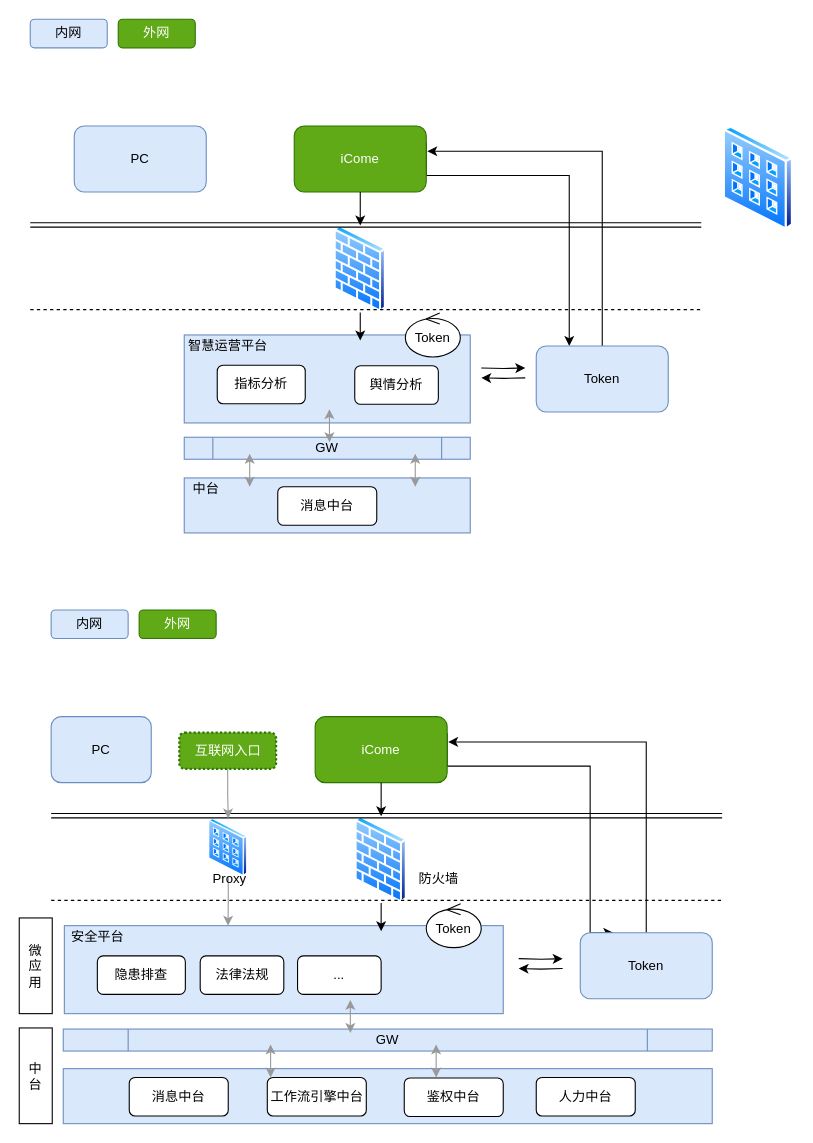
The draw.io diagram page "第 25 页" (25 of 27) of MQ服务.drawio in chinadragonsjz/project, before the edit. Source tidied: cells renumbered, new cells numbered last; positions are measured from the earlier drawing's top-left corner, leaving out a move shared by most shapes. Both pictures are drawn from the tidied source at 110%, with x=0, y=0 at pixel (19, 19).
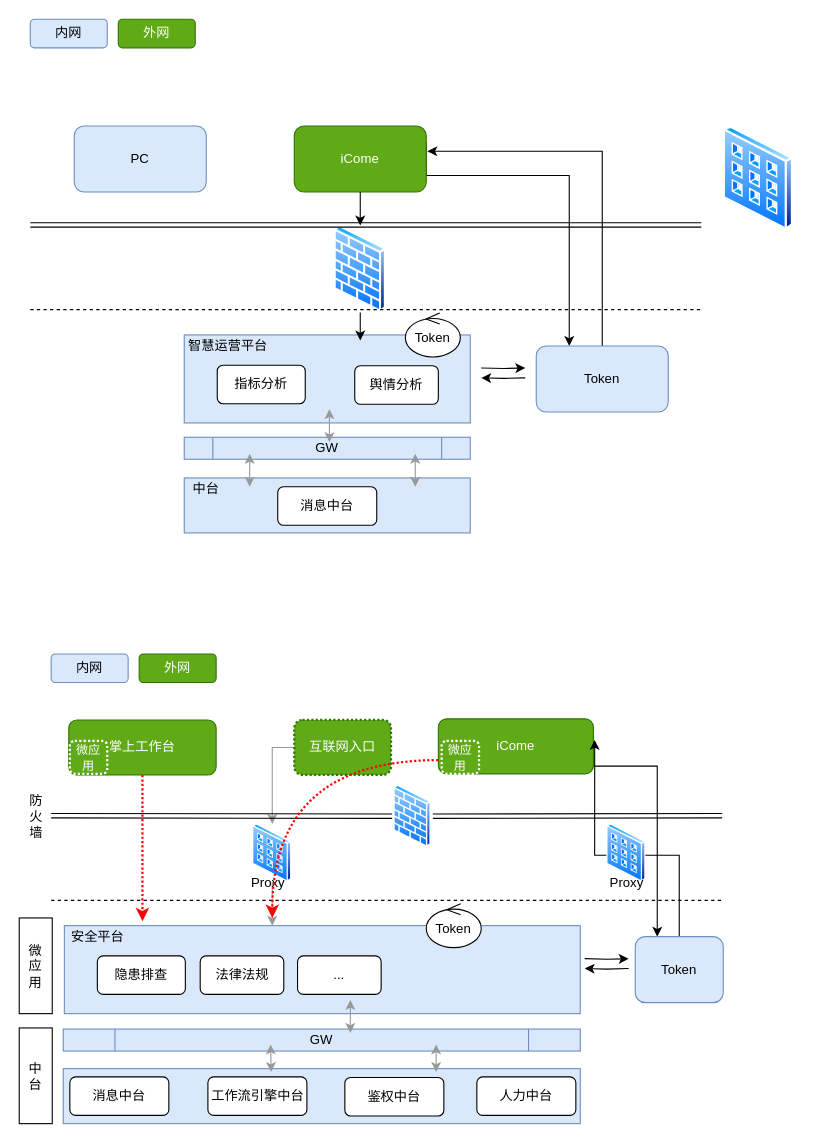
The same diagram, later.

The edit, as a diff of the source:
```diff
@@
     <mxCell id="29" style="rounded=0;whiteSpace=wrap;html=1;fillColor=#dae8fc;strokeColor=#6c8ebf;" parent="1" vertex="1">
-      <mxGeometry x="40" y="954" width="590" height="50" as="geometry" />
+      <mxGeometry x="40" y="954" width="470" height="50" as="geometry" />
     </mxCell>
     <mxCell id="30" style="rounded=0;whiteSpace=wrap;html=1;fillColor=#dae8fc;strokeColor=#6c8ebf;" parent="1" vertex="1">
-      <mxGeometry x="41" y="824" width="399" height="80" as="geometry" />
+      <mxGeometry x="41" y="824" width="469" height="80" as="geometry" />
     </mxCell>
-    <mxCell id="31" style="edgeStyle=orthogonalEdgeStyle;rounded=0;jettySize=auto;html=1;endArrow=classic;endFill=1;" parent="1" edge="1" source="47">
-      <mxGeometry relative="1" as="geometry">
-        <mxPoint x="329" y="829" as="targetPoint" />
-      </mxGeometry>
-    </mxCell>
     <mxCell id="32" style="edgeStyle=orthogonalEdgeStyle;rounded=0;orthogonalLoop=1;jettySize=auto;html=1;endArrow=classic;endFill=1;" parent="1" edge="1">
       <mxGeometry relative="1" as="geometry">
-        <mxPoint x="454" y="854" as="sourcePoint" />
-        <mxPoint x="494" y="854" as="targetPoint" />
+        <mxPoint x="514" y="854" as="sourcePoint" />
+        <mxPoint x="554" y="854" as="targetPoint" />
       </mxGeometry>
     </mxCell>
     <mxCell id="33" style="edgeStyle=orthogonalEdgeStyle;rounded=0;orthogonalLoop=1;jettySize=auto;html=1;endArrow=classic;endFill=1;" parent="1" edge="1">
       <mxGeometry relative="1" as="geometry">
-        <mxPoint x="494" y="863" as="sourcePoint" />
-        <mxPoint x="454" y="863" as="targetPoint" />
+        <mxPoint x="554" y="863" as="sourcePoint" />
+        <mxPoint x="514" y="863" as="targetPoint" />
       </mxGeometry>
     </mxCell>
     <mxCell id="34" style="edgeStyle=orthogonalEdgeStyle;rounded=0;jettySize=auto;html=1;exitX=1;exitY=0.25;exitDx=0;exitDy=0;entryX=0.25;entryY=0;entryDx=0;entryDy=0;endArrow=classic;endFill=1;" parent="1" edge="1" source="35" target="37">
       <mxGeometry relative="1" as="geometry">
         <Array as="points">
           <mxPoint x="389" y="679" />
-          <mxPoint x="519" y="679" />
+          <mxPoint x="540" y="679" />
         </Array>
       </mxGeometry>
     </mxCell>
     <mxCell id="35" value="iCome" style="rounded=1;whiteSpace=wrap;html=1;fillColor=#60a917;strokeColor=#2D7600;fontColor=#ffffff;" parent="1" vertex="1">
-      <mxGeometry x="269" y="634" width="120" height="60" as="geometry" />
+      <mxGeometry x="381" y="636" width="141" height="50" as="geometry" />
     </mxCell>
@@
     <mxCell id="37" value="Token" style="rounded=1;whiteSpace=wrap;html=1;fillColor=#dae8fc;strokeColor=#6c8ebf;" parent="1" vertex="1">
-      <mxGeometry x="510" y="830.5" width="120" height="60" as="geometry" />
+      <mxGeometry x="560" y="834" width="80" height="60" as="geometry" />
     </mxCell>
@@
     <mxCell id="39" value="消息中台" style="rounded=1;whiteSpace=wrap;html=1;" parent="1" vertex="1">
-      <mxGeometry x="100" y="962" width="90" height="35" as="geometry" />
+      <mxGeometry x="46" y="961.5" width="90" height="35" as="geometry" />
     </mxCell>
     <mxCell id="40" value="工作流引擎中台" style="rounded=1;whiteSpace=wrap;html=1;" parent="1" vertex="1">
-      <mxGeometry x="225.5" y="962" width="90" height="35" as="geometry" />
+      <mxGeometry x="171.5" y="961.5" width="90" height="35" as="geometry" />
     </mxCell>
     <mxCell id="41" value="鉴权中台" style="rounded=1;whiteSpace=wrap;html=1;" parent="1" vertex="1">
-      <mxGeometry x="350" y="962.5" width="90" height="35" as="geometry" />
+      <mxGeometry x="296" y="962" width="90" height="35" as="geometry" />
     </mxCell>
     <mxCell id="42" value="人力中台" style="rounded=1;whiteSpace=wrap;html=1;" parent="1" vertex="1">
-      <mxGeometry x="470" y="962" width="90" height="35" as="geometry" />
+      <mxGeometry x="416" y="961.5" width="90" height="35" as="geometry" />
     </mxCell>
@@
-    <mxCell id="45" style="edgeStyle=orthogonalEdgeStyle;rounded=0;jettySize=auto;html=1;strokeColor=#999999;entryX=0.373;entryY=0;entryDx=0;entryDy=0;entryPerimeter=0;" parent="1" edge="1" source="46" target="30">
+    <mxCell id="45" style="edgeStyle=orthogonalEdgeStyle;rounded=0;jettySize=auto;html=1;strokeColor=#999999;entryX=0.403;entryY=0;entryDx=0;entryDy=0;entryPerimeter=0;" parent="1" edge="1" source="46" target="30">
       <mxGeometry relative="1" as="geometry" />
     </mxCell>
     <mxCell id="46" style="perimeter=ellipsePerimeter;html=1;align=center;shadow=0;dashed=0;spacingTop=3;image;image=img/lib/active_directory/input_output_filter.svg;" parent="1" vertex="1">
-      <mxGeometry x="172" y="726.5" width="36" height="53" as="geometry" />
+      <mxGeometry x="212" y="731.5" width="36" height="53" as="geometry" />
     </mxCell>
-    <mxCell id="47" style="perimeter=ellipsePerimeter;html=1;align=center;shadow=0;dashed=0;spacingTop=3;image;image=img/lib/active_directory/firewall.svg;" parent="1" vertex="1">
-      <mxGeometry x="304.5" y="724.5" width="49" height="79" as="geometry" />
-    </mxCell>
-    <mxCell id="48" style="edgeStyle=orthogonalEdgeStyle;rounded=0;jettySize=auto;html=1;endArrow=classic;endFill=1;" parent="1" edge="1" source="35" target="47">
-      <mxGeometry relative="1" as="geometry" />
-    </mxCell>
-    <mxCell id="49" style="shape=link;html=1;endArrow=classic;endFill=1;" parent="1" edge="1">
+    <mxCell id="49" style="shape=link;html=1;endArrow=classic;endFill=1;" parent="1" edge="1" source="47">
       <mxGeometry relative="1" as="geometry">
-        <mxPoint x="29" y="724" as="sourcePoint" />
         <mxPoint x="639" y="724" as="targetPoint" />
       </mxGeometry>
     </mxCell>
@@
+    <mxCell id="66" style="edgeStyle=orthogonalEdgeStyle;curved=1;rounded=0;jettySize=auto;html=1;dashed=1;dashPattern=1 1;strokeColor=#FF0000;strokeWidth=2;" parent="1" edge="1" source="52">
+      <mxGeometry relative="1" as="geometry">
+        <mxPoint x="112" y="820" as="targetPoint" />
+      </mxGeometry>
+    </mxCell>
-    <mxCell id="52" value="PC" style="rounded=1;whiteSpace=wrap;html=1;fillColor=#dae8fc;strokeColor=#6c8ebf;" parent="1" vertex="1">
-      <mxGeometry x="29" y="634" width="91" height="60" as="geometry" />
+    <mxCell id="52" value="掌上工作台" style="rounded=1;whiteSpace=wrap;html=1;fillColor=#60a917;strokeColor=#2D7600;fontColor=#ffffff;" parent="1" vertex="1">
+      <mxGeometry x="45" y="637" width="134" height="50" as="geometry" />
     </mxCell>
     <mxCell id="53" value="内网" style="rounded=1;whiteSpace=wrap;html=1;fillColor=#dae8fc;strokeColor=#6c8ebf;" parent="1" vertex="1">
-      <mxGeometry x="29" y="537" width="70" height="26" as="geometry" />
+      <mxGeometry x="29" y="577" width="70" height="26" as="geometry" />
     </mxCell>
     <mxCell id="54" value="外网" style="rounded=1;whiteSpace=wrap;html=1;fillColor=#60a917;strokeColor=#2D7600;fontColor=#ffffff;" parent="1" vertex="1">
-      <mxGeometry x="109" y="537" width="70" height="26" as="geometry" />
+      <mxGeometry x="109" y="577" width="70" height="26" as="geometry" />
     </mxCell>
     <mxCell id="55" value="GW" style="shape=process;whiteSpace=wrap;html=1;backgroundOutline=1;fillColor=#dae8fc;strokeColor=#6c8ebf;" parent="1" vertex="1">
-      <mxGeometry x="40" y="918" width="590" height="20" as="geometry" />
+      <mxGeometry x="40" y="918" width="470" height="20" as="geometry" />
     </mxCell>
     <mxCell id="56" style="endArrow=classic;startArrow=classic;html=1;strokeColor=#999999;" parent="1" edge="1">
       <mxGeometry relative="1" as="geometry">
-        <mxPoint x="228.5" y="962" as="sourcePoint" />
+        <mxPoint x="229" y="957" as="sourcePoint" />
         <mxPoint x="228.5" y="932" as="targetPoint" />
       </mxGeometry>
     </mxCell>
     <mxCell id="57" style="endArrow=classic;startArrow=classic;html=1;strokeColor=#999999;" parent="1" edge="1">
       <mxGeometry relative="1" as="geometry">
-        <mxPoint x="379" y="962" as="sourcePoint" />
+        <mxPoint x="379" y="957" as="sourcePoint" />
         <mxPoint x="379" y="932" as="targetPoint" />
       </mxGeometry>
     </mxCell>
@@
-    <mxCell id="63" value="互联网入口" style="rounded=1;whiteSpace=wrap;html=1;fillColor=#60a917;strokeColor=#2D7600;fontColor=#ffffff;dashed=1;strokeWidth=2;dashPattern=1 1;" parent="1" vertex="1">
-      <mxGeometry x="145.5" y="648.5" width="88" height="33" as="geometry" />
-    </mxCell>
     <mxCell id="64" value="Proxy" style="text;html=1;strokeColor=none;fillColor=none;align=center;verticalAlign=middle;whiteSpace=wrap;rounded=0;" parent="1" vertex="1">
-      <mxGeometry x="161" y="771.5" width="61" height="20" as="geometry" />
+      <mxGeometry x="202" y="775" width="49" height="20" as="geometry" />
     </mxCell>
-    <mxCell id="65" value="防火墙" style="text;html=1;strokeColor=none;fillColor=none;align=center;verticalAlign=middle;whiteSpace=wrap;rounded=0;" parent="1" vertex="1">
-      <mxGeometry x="351" y="771.5" width="61" height="20" as="geometry" />
+    <mxCell id="65" value="防&lt;br&gt;火&lt;br&gt;墙" style="text;html=1;strokeColor=none;fillColor=none;align=center;verticalAlign=middle;whiteSpace=wrap;rounded=0;" parent="1" vertex="1">
+      <mxGeometry x="2.5" y="708" width="25" height="33" as="geometry" />
     </mxCell>
+    <mxCell id="47" style="perimeter=ellipsePerimeter;html=1;align=center;shadow=0;dashed=0;spacingTop=3;image;image=img/lib/active_directory/firewall.svg;" parent="1" vertex="1">
+      <mxGeometry x="339" y="696" width="37" height="57" as="geometry" />
+    </mxCell>
+    <mxCell id="67" style="shape=link;html=1;endArrow=classic;endFill=1;" parent="1" edge="1" target="47">
+      <mxGeometry relative="1" as="geometry">
+        <mxPoint x="29" y="724" as="sourcePoint" />
+      </mxGeometry>
+    </mxCell>
+    <mxCell id="68" style="perimeter=ellipsePerimeter;html=1;align=center;shadow=0;dashed=0;spacingTop=3;image;image=img/lib/active_directory/input_output_filter.svg;" parent="1" vertex="1">
+      <mxGeometry x="534" y="731.5" width="36" height="53" as="geometry" />
+    </mxCell>
+    <mxCell id="69" value="Proxy" style="text;html=1;strokeColor=none;fillColor=none;align=center;verticalAlign=middle;whiteSpace=wrap;rounded=0;" parent="1" vertex="1">
+      <mxGeometry x="521.5" y="774.5" width="61" height="20" as="geometry" />
+    </mxCell>
+    <mxCell id="70" value="&lt;font style=&quot;font-size: 11px&quot;&gt;微应用&lt;/font&gt;" style="rounded=1;whiteSpace=wrap;html=1;fillColor=#60a917;strokeColor=#FFFFFF;fontColor=#ffffff;dashed=1;strokeWidth=2;dashPattern=1 1;" parent="1" vertex="1">
+      <mxGeometry x="384" y="656" width="34" height="30" as="geometry" />
+    </mxCell>
+    <mxCell id="71" value="&lt;font style=&quot;font-size: 11px&quot;&gt;微应用&lt;/font&gt;" style="rounded=1;whiteSpace=wrap;html=1;fillColor=#60a917;strokeColor=#FFFFFF;fontColor=#ffffff;dashed=1;strokeWidth=2;dashPattern=1 1;" parent="1" vertex="1">
+      <mxGeometry x="46" y="656" width="34" height="30" as="geometry" />
+    </mxCell>
+    <mxCell id="63" value="互联网入口" style="rounded=1;whiteSpace=wrap;html=1;fillColor=#60a917;strokeColor=#2D7600;fontColor=#ffffff;dashed=1;strokeWidth=2;dashPattern=1 1;" parent="1" vertex="1">
+      <mxGeometry x="250" y="637" width="88" height="50" as="geometry" />
+    </mxCell>
+    <mxCell id="72" style="edgeStyle=orthogonalEdgeStyle;curved=1;rounded=0;jettySize=auto;html=1;exitX=0;exitY=0.75;exitDx=0;exitDy=0;strokeColor=#FF0000;strokeWidth=2;dashed=1;dashPattern=1 1;" parent="1" edge="1" source="35">
+      <mxGeometry relative="1" as="geometry">
+        <mxPoint x="230" y="817" as="targetPoint" />
+      </mxGeometry>
+    </mxCell>
```
